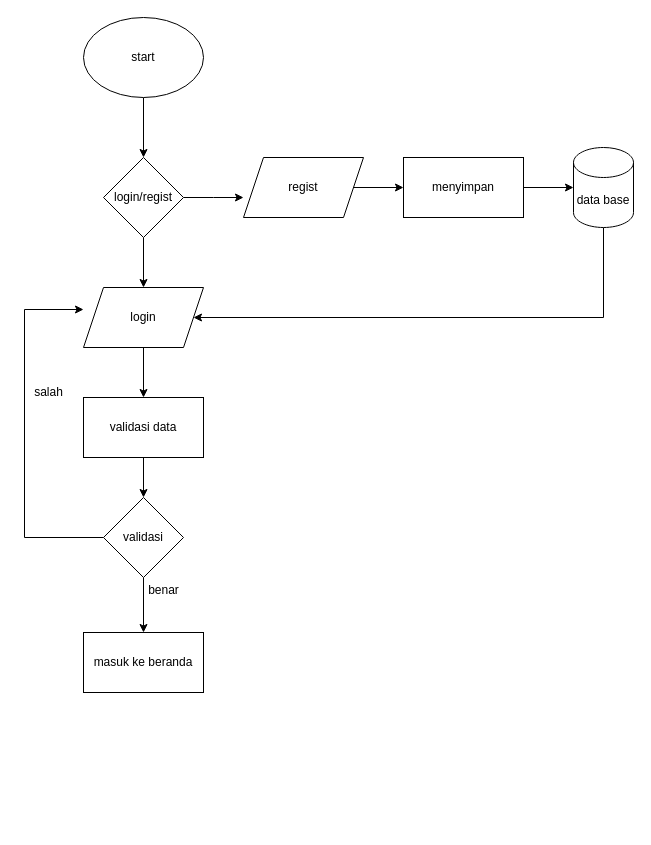
The draw.io diagram komunitasperpus.drawio in Dekte/storage, before the edit. Source tidied: cells renumbered, new cells numbered last; positions are measured from the earlier drawing's top-left corner, leaving out a move shared by most shapes. Both pictures are drawn from the tidied source at 100%, with x=0, y=0 at pixel (23, 17).
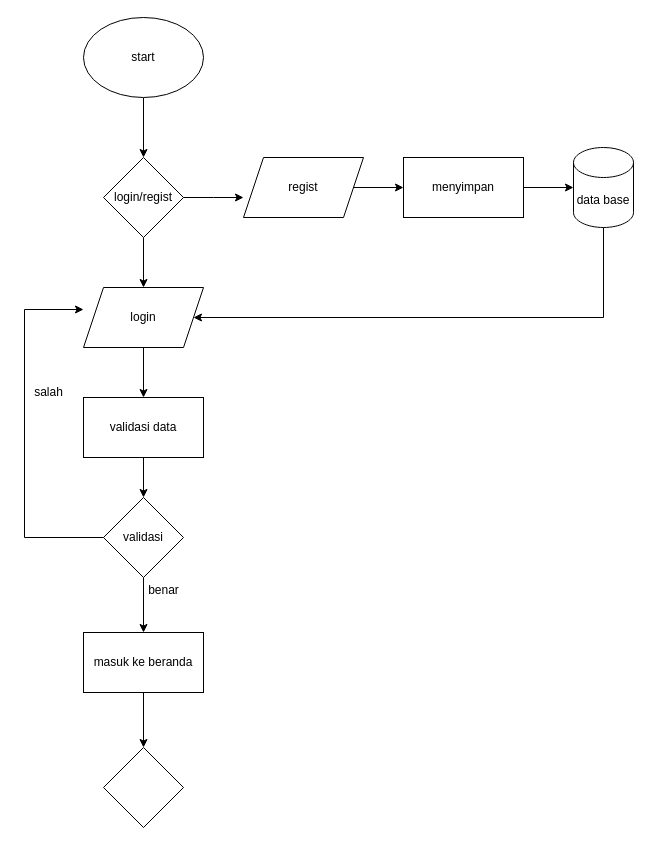
The same diagram, later.

Unchanged cells that the change refers to:
```xml
<mxCell id="10" value="masuk ke beranda" style="rounded=0;whiteSpace=wrap;html=1;" parent="1" vertex="1">
  <mxGeometry x="60" y="615" width="120" height="60" as="geometry" />
</mxCell>
```

The edit, as a diff of the source:
```diff
@@
+    <mxCell id="23" style="edgeStyle=orthogonalEdgeStyle;rounded=0;jettySize=auto;html=1;" parent="1" edge="1" source="10" target="24">
+      <mxGeometry relative="1" as="geometry" />
+    </mxCell>
@@
+    <mxCell id="24" style="rhombus;whiteSpace=wrap;html=1;" parent="1" vertex="1">
+      <mxGeometry x="80" y="730" width="80" height="80" as="geometry" />
+    </mxCell>
```
